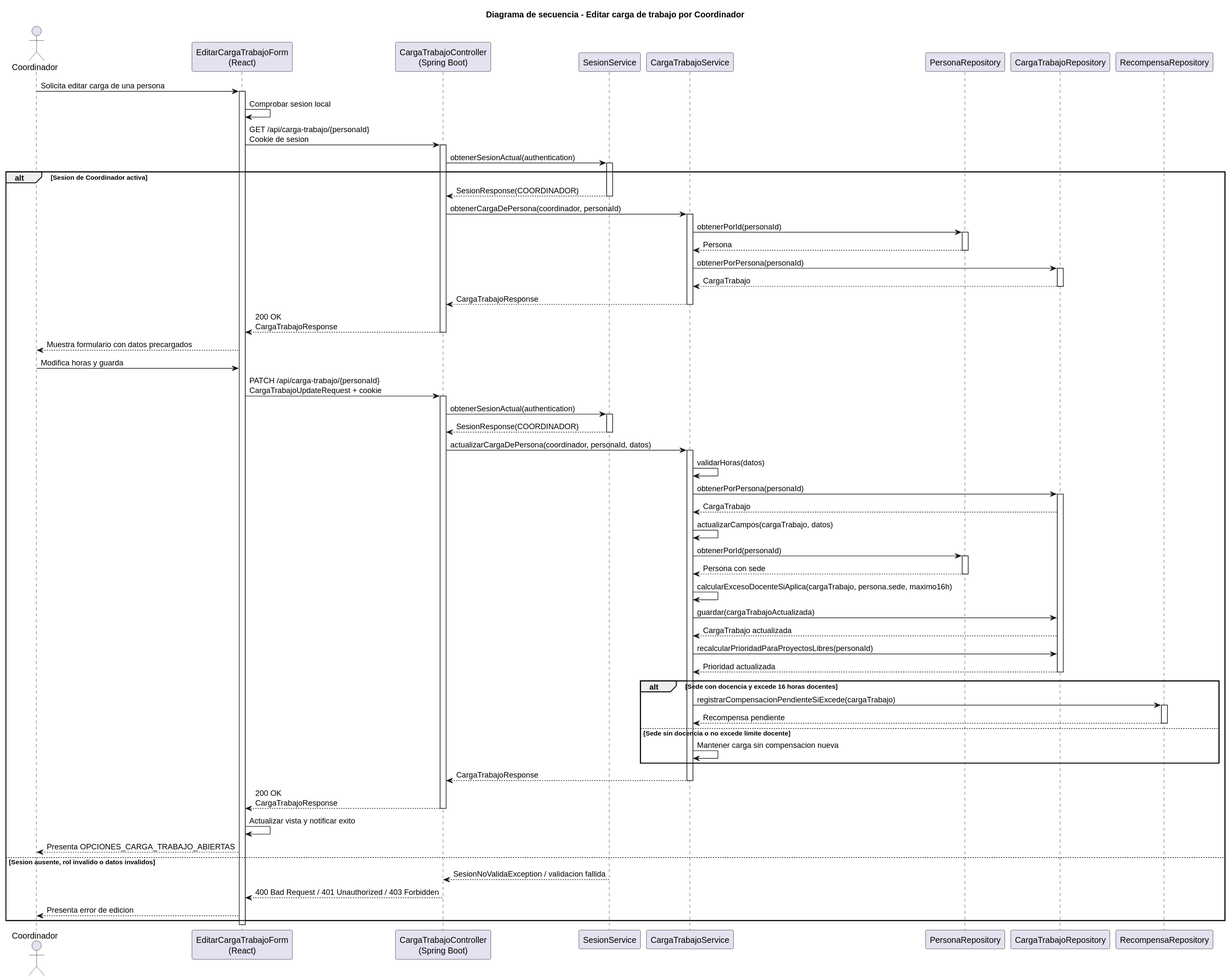
Before: images/RUP/02-diseño/casos-uso/coordinador/editarCargaTrabajo/secuencia.svg, a diagram exported from PlantUML (beatriizorozco/25-26-idsw2-sdVC).
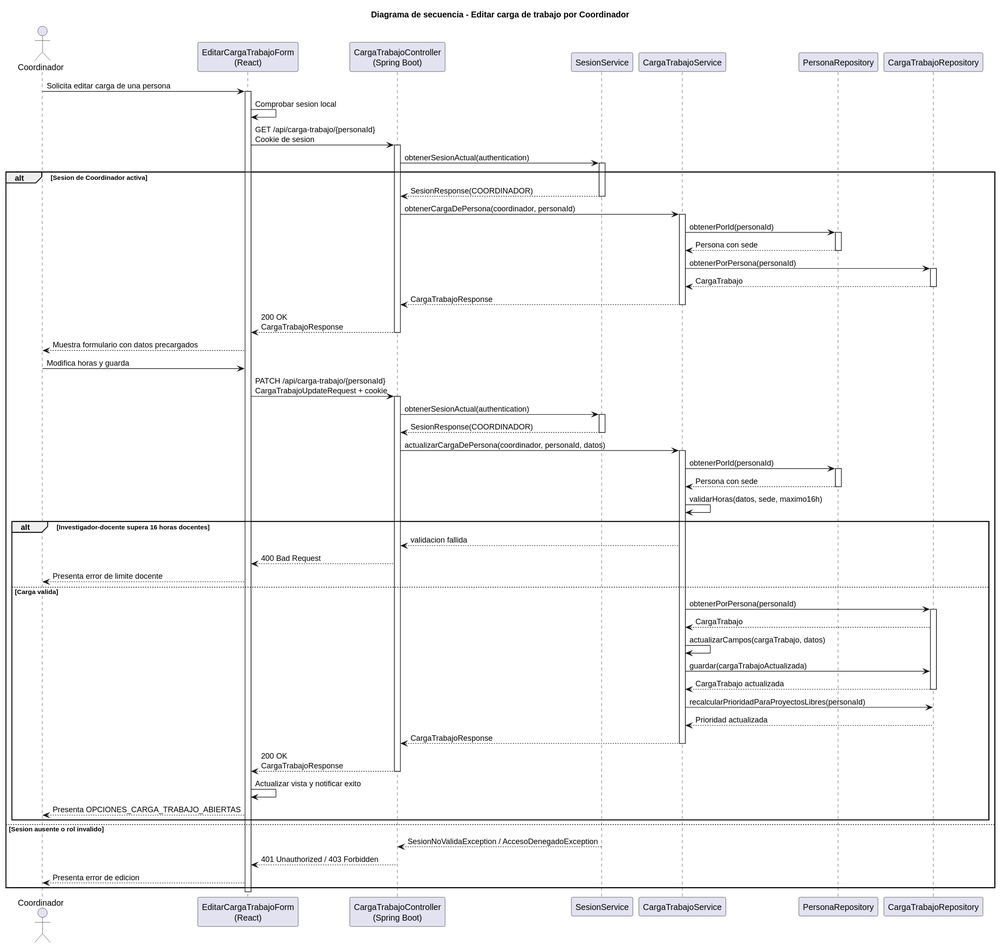
Above is the later version.

Diff of the diagram source:
```diff
@@ -8,7 +8,6 @@
 participant "CargaTrabajoService" as Service
 participant "PersonaRepository" as PersonaRepo
 participant "CargaTrabajoRepository" as CargaRepo
-participant "RecompensaRepository" as RecompensaRepo
 
 Coordinador -> Frontend: Solicita editar carga de una persona
 activate Frontend
@@ -24,7 +23,7 @@
     activate Service
     Service -> PersonaRepo: obtenerPorId(personaId)
     activate PersonaRepo
-    PersonaRepo --> Service: Persona
+    PersonaRepo --> Service: Persona con sede
     deactivate PersonaRepo
     Service -> CargaRepo: obtenerPorPersona(personaId)
     activate CargaRepo
@@ -44,39 +43,36 @@
     deactivate Sesion
     Api -> Service: actualizarCargaDePersona(coordinador, personaId, datos)
     activate Service
-    Service -> Service: validarHoras(datos)
-    Service -> CargaRepo: obtenerPorPersona(personaId)
-    activate CargaRepo
-    CargaRepo --> Service: CargaTrabajo
-    Service -> Service: actualizarCampos(cargaTrabajo, datos)
     Service -> PersonaRepo: obtenerPorId(personaId)
     activate PersonaRepo
     PersonaRepo --> Service: Persona con sede
     deactivate PersonaRepo
-    Service -> Service: calcularExcesoDocenteSiAplica(cargaTrabajo, persona.sede, maximo16h)
-    Service -> CargaRepo: guardar(cargaTrabajoActualizada)
-    CargaRepo --> Service: CargaTrabajo actualizada
-    Service -> CargaRepo: recalcularPrioridadParaProyectosLibres(personaId)
-    CargaRepo --> Service: Prioridad actualizada
-    deactivate CargaRepo
-    alt Sede con docencia y excede 16 horas docentes
-        Service -> RecompensaRepo: registrarCompensacionPendienteSiExcede(cargaTrabajo)
-        activate RecompensaRepo
-        RecompensaRepo --> Service: Recompensa pendiente
-        deactivate RecompensaRepo
-    else Sede sin docencia o no excede limite docente
-        Service -> Service: Mantener carga sin compensacion nueva
+    Service -> Service: validarHoras(datos, sede, maximo16h)
+    alt Investigador-docente supera 16 horas docentes
+        Service --> Api: validacion fallida
+        Api --> Frontend: 400 Bad Request
+        Frontend --> Coordinador: Presenta error de limite docente
+    else Carga valida
+        Service -> CargaRepo: obtenerPorPersona(personaId)
+        activate CargaRepo
+        CargaRepo --> Service: CargaTrabajo
+        Service -> Service: actualizarCampos(cargaTrabajo, datos)
+        Service -> CargaRepo: guardar(cargaTrabajoActualizada)
+        CargaRepo --> Service: CargaTrabajo actualizada
+        deactivate CargaRepo
+        Service -> CargaRepo: recalcularPrioridadParaProyectosLibres(personaId)
+        CargaRepo --> Service: Prioridad actualizada
+        Service --> Api: CargaTrabajoResponse
+        deactivate Service
+        Api --> Frontend: 200 OK\nCargaTrabajoResponse
+        deactivate Api
+        Frontend -> Frontend: Actualizar vista y notificar exito
+        Frontend --> Coordinador: Presenta OPCIONES_CARGA_TRABAJO_ABIERTAS
     end
-    Service --> Api: CargaTrabajoResponse
-    deactivate Service
-    Api --> Frontend: 200 OK\nCargaTrabajoResponse
-    deactivate Api
-    Frontend -> Frontend: Actualizar vista y notificar exito
-    Frontend --> Coordinador: Presenta OPCIONES_CARGA_TRABAJO_ABIERTAS
-else Sesion ausente, rol invalido o datos invalidos
-    Sesion --> Api: SesionNoValidaException / validacion fallida
+else Sesion ausente o rol invalido
+    Sesion --> Api: SesionNoValidaException / AccesoDenegadoException
     deactivate Sesion
-    Api --> Frontend: 400 Bad Request / 401 Unauthorized / 403 Forbidden
+    Api --> Frontend: 401 Unauthorized / 403 Forbidden
     deactivate Api
     Frontend --> Coordinador: Presenta error de edicion
 end
```
